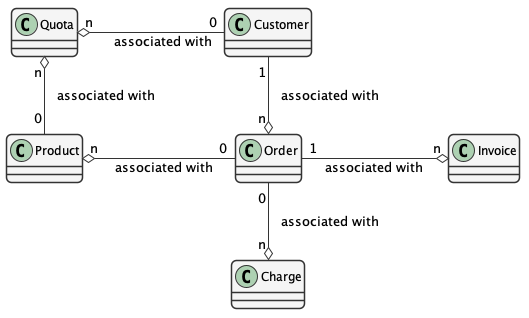
This is images/overview.png from csjx/d1-membership-plan-mgmt, a PlantUML export, as it was before one commit.
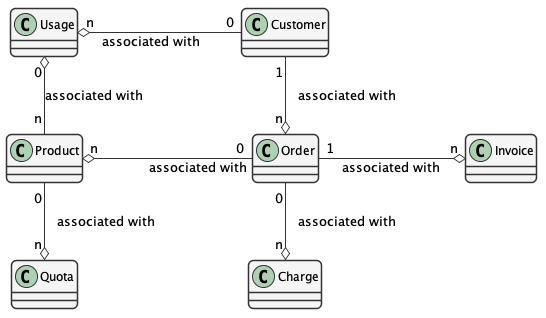
Later version of the same file.

Commit message:
Add the usage object

The edit, as a diff of the source:
```diff
@@ -34,6 +34,8 @@
 }
 class Customer {
 }
+class Usage {
+}
 class Order {
 }
 class Invoice {
@@ -47,7 +49,7 @@
 Order "0" -right-o "n" Product : "associated with"
 Order "0" -up-o "n" Charge : "   associated with"
 Order "1" -left-o "n" Invoice : "   associated with"
-Customer "0"-right-o "n" Quota : "   associated with"
-Product "0"-down-o "n" Quota : "   associated with"
-
+Product "0" -up-o "n" Quota : "   associated with"
+Customer "0" -right-o "n" Usage : "associated with       "
+Product "n" -down-o "0" Usage : "associated with"
 @enduml
```
